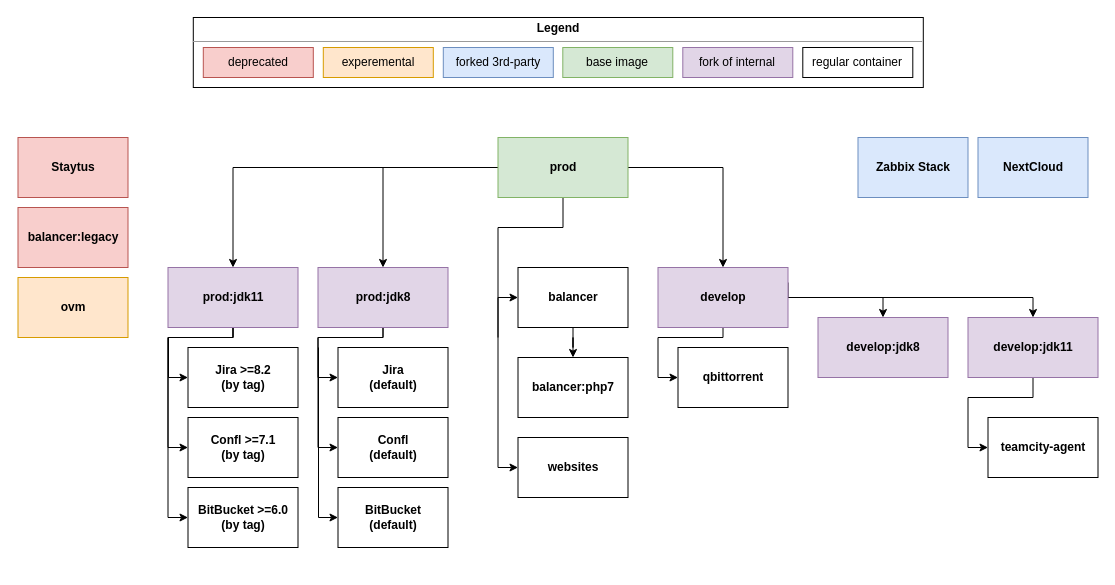
Before: .github/docker-scripts.drawio in EpicMorg/docker, a draw.io diagram. Source tidied: cells renumbered, new cells numbered last; positions are measured from the earlier drawing's top-left corner, leaving out a move shared by most shapes. Both pictures are drawn from the tidied source at 100%, with x=0, y=0 at pixel (18, 17).
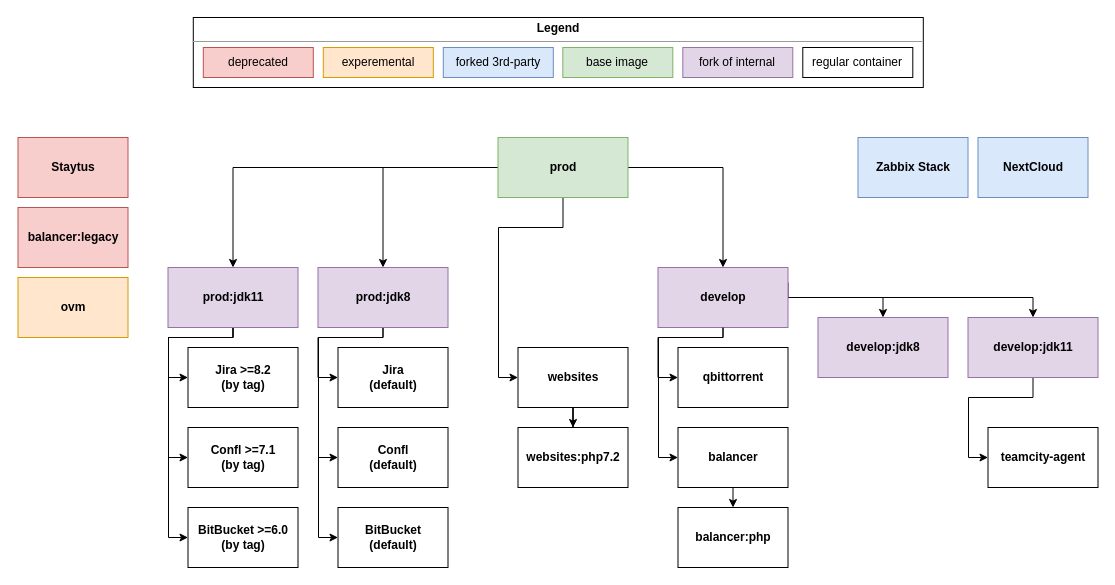
After the change.

The change refers to these unchanged cells:
```xml
<mxCell id="5" value="&lt;span style=&quot;font-weight: 700 ; white-space: nowrap&quot;&gt;develop&lt;/span&gt;" style="whiteSpace=wrap;html=1;align=center;verticalAlign=middle;fillColor=#e1d5e7;strokeColor=#9673a6;" parent="1" vertex="1">
  <mxGeometry x="639.5" y="250" width="130" height="60" as="geometry" />
</mxCell>
<mxCell id="10" value="&lt;span style=&quot;font-weight: 700 ; white-space: nowrap&quot;&gt;prod&lt;/span&gt;" style="whiteSpace=wrap;html=1;align=center;fillColor=#d5e8d4;strokeColor=#82b366;" parent="1" vertex="1">
  <mxGeometry x="479.5" y="120" width="130" height="60" as="geometry" />
</mxCell>
<mxCell id="14" value="&lt;span style=&quot;font-weight: 700 ; white-space: nowrap&quot;&gt;prod&lt;/span&gt;&lt;span style=&quot;font-weight: 700 ; white-space: nowrap&quot;&gt;:jdk8&lt;/span&gt;" style="whiteSpace=wrap;html=1;align=center;verticalAlign=middle;fillColor=#e1d5e7;strokeColor=#9673a6;" parent="1" vertex="1">
  <mxGeometry x="299.5" y="250" width="130" height="60" as="geometry" />
</mxCell>
<mxCell id="17" value="&lt;span style=&quot;font-weight: 700 ; white-space: nowrap&quot;&gt;develop&lt;/span&gt;&lt;span style=&quot;font-weight: 700 ; white-space: nowrap&quot;&gt;:jdk11&lt;/span&gt;" style="whiteSpace=wrap;html=1;align=center;verticalAlign=middle;fillColor=#e1d5e7;strokeColor=#9673a6;" parent="1" vertex="1">
  <mxGeometry x="949.5" y="300" width="130" height="60" as="geometry" />
</mxCell>
<mxCell id="25" value="&lt;span style=&quot;font-weight: 700 ; white-space: nowrap&quot;&gt;prod&lt;/span&gt;&lt;span style=&quot;font-weight: 700 ; white-space: nowrap&quot;&gt;:jdk&lt;/span&gt;&lt;span style=&quot;font-weight: 700 ; white-space: nowrap&quot;&gt;11&lt;/span&gt;" style="whiteSpace=wrap;html=1;align=center;verticalAlign=middle;fillColor=#e1d5e7;strokeColor=#9673a6;" parent="1" vertex="1">
  <mxGeometry x="149.5" y="250" width="130" height="60" as="geometry" />
</mxCell>
```

The edit, as a diff of the source:
```diff
@@
     <mxCell id="9" style="edgeStyle=orthogonalEdgeStyle;rounded=0;jettySize=auto;html=1;entryX=0;entryY=0.5;entryDx=0;entryDy=0;" parent="1" edge="1" source="10" target="26">
       <mxGeometry relative="1" as="geometry">
         <Array as="points">
-          <mxPoint x="544.5" y="210" />
-          <mxPoint x="479.5" y="210" />
-          <mxPoint x="479.5" y="450" />
+          <mxPoint x="545" y="210" />
+          <mxPoint x="480" y="210" />
+          <mxPoint x="480" y="360" />
         </Array>
       </mxGeometry>
     </mxCell>
@@
     <mxCell id="12" style="edgeStyle=orthogonalEdgeStyle;rounded=0;jettySize=auto;html=1;entryX=0;entryY=0.5;entryDx=0;entryDy=0;" parent="1" edge="1" source="14" target="31">
       <mxGeometry relative="1" as="geometry">
         <Array as="points">
-          <mxPoint x="364.5" y="320" />
-          <mxPoint x="299.5" y="320" />
-          <mxPoint x="299.5" y="430" />
+          <mxPoint x="365" y="320" />
+          <mxPoint x="300" y="320" />
+          <mxPoint x="300" y="440" />
         </Array>
       </mxGeometry>
     </mxCell>
     <mxCell id="13" style="edgeStyle=orthogonalEdgeStyle;rounded=0;jettySize=auto;html=1;entryX=0;entryY=0.5;entryDx=0;entryDy=0;" parent="1" edge="1" target="47">
       <mxGeometry relative="1" as="geometry">
         <mxPoint x="300" y="330" as="sourcePoint" />
         <Array as="points">
-          <mxPoint x="300" y="500" />
+          <mxPoint x="300" y="520" />
         </Array>
       </mxGeometry>
     </mxCell>
@@
     <mxCell id="15" value="&lt;span style=&quot;white-space: nowrap&quot;&gt;&lt;b&gt;teamcity-agent&lt;/b&gt;&lt;/span&gt;" style="whiteSpace=wrap;html=1;align=center;verticalAlign=middle;" parent="1" vertex="1">
-      <mxGeometry x="969.5" y="400" width="110" height="60" as="geometry" />
+      <mxGeometry x="969.5" y="410" width="110" height="60" as="geometry" />
     </mxCell>
     <mxCell id="16" style="edgeStyle=orthogonalEdgeStyle;rounded=0;jettySize=auto;html=1;exitX=0.5;exitY=1;exitDx=0;exitDy=0;entryX=0;entryY=0.5;entryDx=0;entryDy=0;" parent="1" edge="1" source="17" target="15">
       <mxGeometry relative="1" as="geometry">
         <Array as="points">
-          <mxPoint x="1014.5" y="380" />
-          <mxPoint x="949.5" y="380" />
-          <mxPoint x="949.5" y="430" />
+          <mxPoint x="1015" y="380" />
+          <mxPoint x="950" y="380" />
+          <mxPoint x="950" y="440" />
         </Array>
       </mxGeometry>
     </mxCell>
@@
-    <mxCell id="19" style="edgeStyle=orthogonalEdgeStyle;rounded=0;jettySize=auto;html=1;entryX=0;entryY=0.5;entryDx=0;entryDy=0;" parent="1" edge="1" target="21">
+    <mxCell id="19" style="edgeStyle=orthogonalEdgeStyle;rounded=0;jettySize=auto;html=1;entryX=0;entryY=0.5;entryDx=0;entryDy=0;exitX=0.5;exitY=1;exitDx=0;exitDy=0;" parent="1" edge="1" source="5" target="21">
       <mxGeometry relative="1" as="geometry">
-        <mxPoint x="479.5" y="320" as="sourcePoint" />
         <Array as="points">
-          <mxPoint x="479.5" y="280" />
+          <mxPoint x="705" y="320" />
+          <mxPoint x="640" y="320" />
+          <mxPoint x="640" y="440" />
         </Array>
       </mxGeometry>
     </mxCell>
-    <mxCell id="20" style="edgeStyle=orthogonalEdgeStyle;rounded=0;jettySize=auto;html=1;entryX=0.5;entryY=0;entryDx=0;entryDy=0;" parent="1" edge="1" source="21" target="35">
+    <mxCell id="20" style="edgeStyle=orthogonalEdgeStyle;rounded=0;jettySize=auto;html=1;entryX=0.5;entryY=0;entryDx=0;entryDy=0;exitX=0.5;exitY=1;exitDx=0;exitDy=0;" parent="1" edge="1" source="21" target="35">
       <mxGeometry relative="1" as="geometry" />
     </mxCell>
     <mxCell id="21" value="&lt;span style=&quot;font-weight: 700 ; white-space: nowrap&quot;&gt;balancer&lt;/span&gt;" style="whiteSpace=wrap;html=1;align=center;verticalAlign=middle;" parent="1" vertex="1">
-      <mxGeometry x="499.5" y="250" width="110" height="60" as="geometry" />
+      <mxGeometry x="659.5" y="410" width="110" height="60" as="geometry" />
     </mxCell>
@@
     <mxCell id="23" style="edgeStyle=orthogonalEdgeStyle;rounded=0;jettySize=auto;html=1;entryX=0;entryY=0.5;entryDx=0;entryDy=0;" parent="1" edge="1" source="25" target="30">
       <mxGeometry relative="1" as="geometry">
         <Array as="points">
-          <mxPoint x="214.5" y="320" />
-          <mxPoint x="149.5" y="320" />
-          <mxPoint x="149.5" y="430" />
+          <mxPoint x="215" y="320" />
+          <mxPoint x="150" y="320" />
+          <mxPoint x="150" y="440" />
         </Array>
       </mxGeometry>
     </mxCell>
     <mxCell id="24" style="edgeStyle=orthogonalEdgeStyle;rounded=0;jettySize=auto;html=1;entryX=0;entryY=0.5;entryDx=0;entryDy=0;" parent="1" edge="1" source="25" target="32">
       <mxGeometry relative="1" as="geometry">
         <Array as="points">
-          <mxPoint x="214.5" y="320" />
-          <mxPoint x="149.5" y="320" />
-          <mxPoint x="149.5" y="500" />
+          <mxPoint x="215" y="320" />
+          <mxPoint x="150" y="320" />
+          <mxPoint x="150" y="520" />
         </Array>
       </mxGeometry>
     </mxCell>
@@
+    <mxCell id="48" style="edgeStyle=orthogonalEdgeStyle;rounded=0;jettySize=auto;html=1;entryX=0.5;entryY=0;entryDx=0;entryDy=0;" parent="1" edge="1" source="26" target="49">
+      <mxGeometry relative="1" as="geometry" />
+    </mxCell>
     <mxCell id="26" value="&lt;span style=&quot;font-weight: 700 ; white-space: nowrap&quot;&gt;websites&lt;/span&gt;" style="whiteSpace=wrap;html=1;align=center;verticalAlign=middle;" parent="1" vertex="1">
-      <mxGeometry x="499.5" y="420" width="110" height="60" as="geometry" />
+      <mxGeometry x="499.5" y="330" width="110" height="60" as="geometry" />
     </mxCell>
@@
     <mxCell id="30" value="&lt;span style=&quot;font-weight: 700 ; white-space: nowrap&quot;&gt;Confl &amp;gt;=7.1&lt;/span&gt;&lt;br style=&quot;font-weight: 700 ; white-space: nowrap&quot;&gt;&lt;span style=&quot;font-weight: 700 ; white-space: nowrap&quot;&gt;(by tag)&lt;/span&gt;" style="whiteSpace=wrap;html=1;align=center;verticalAlign=middle;" parent="1" vertex="1">
-      <mxGeometry x="169.5" y="400" width="110" height="60" as="geometry" />
+      <mxGeometry x="169.5" y="410" width="110" height="60" as="geometry" />
     </mxCell>
     <mxCell id="31" value="&lt;span style=&quot;font-weight: 700 ; white-space: nowrap&quot;&gt;Confl&lt;br&gt;(&lt;/span&gt;&lt;span style=&quot;font-weight: 700 ; white-space: nowrap&quot;&gt;default&lt;/span&gt;&lt;span style=&quot;font-weight: 700 ; white-space: nowrap&quot;&gt;)&lt;/span&gt;" style="whiteSpace=wrap;html=1;align=center;verticalAlign=middle;" parent="1" vertex="1">
-      <mxGeometry x="319.5" y="400" width="110" height="60" as="geometry" />
+      <mxGeometry x="319.5" y="410" width="110" height="60" as="geometry" />
     </mxCell>
     <mxCell id="32" value="&lt;b&gt;BitBucket &amp;gt;=6.0&lt;/b&gt;&lt;br style=&quot;font-weight: 700 ; white-space: nowrap&quot;&gt;&lt;span style=&quot;font-weight: 700 ; white-space: nowrap&quot;&gt;(by tag)&lt;/span&gt;" style="whiteSpace=wrap;html=1;align=center;verticalAlign=middle;" parent="1" vertex="1">
-      <mxGeometry x="169.5" y="470" width="110" height="60" as="geometry" />
+      <mxGeometry x="169.5" y="490" width="110" height="60" as="geometry" />
     </mxCell>
@@
-    <mxCell id="35" value="&lt;span style=&quot;font-weight: 700 ; white-space: nowrap&quot;&gt;balancer:php7&lt;/span&gt;" style="whiteSpace=wrap;html=1;align=center;verticalAlign=middle;" parent="1" vertex="1">
-      <mxGeometry x="499.5" y="340" width="110" height="60" as="geometry" />
+    <mxCell id="35" value="&lt;span style=&quot;font-weight: 700 ; white-space: nowrap&quot;&gt;balancer:php&lt;/span&gt;" style="whiteSpace=wrap;html=1;align=center;verticalAlign=middle;" parent="1" vertex="1">
+      <mxGeometry x="659.5" y="490" width="110" height="60" as="geometry" />
     </mxCell>
@@
     <mxCell id="47" value="&lt;b&gt;BitBucket&lt;br&gt;(&lt;/b&gt;&lt;span style=&quot;font-weight: 700 ; white-space: nowrap&quot;&gt;default&lt;/span&gt;&lt;b&gt;)&lt;/b&gt;" style="whiteSpace=wrap;html=1;align=center;verticalAlign=middle;" parent="1" vertex="1">
-      <mxGeometry x="319.5" y="470" width="110" height="60" as="geometry" />
+      <mxGeometry x="319.5" y="490" width="110" height="60" as="geometry" />
     </mxCell>
+    <mxCell id="49" value="&lt;span style=&quot;font-weight: 700 ; white-space: nowrap&quot;&gt;websites:php7.2&lt;/span&gt;" style="whiteSpace=wrap;html=1;align=center;verticalAlign=middle;" parent="1" vertex="1">
+      <mxGeometry x="499.5" y="410" width="110" height="60" as="geometry" />
+    </mxCell>
```
